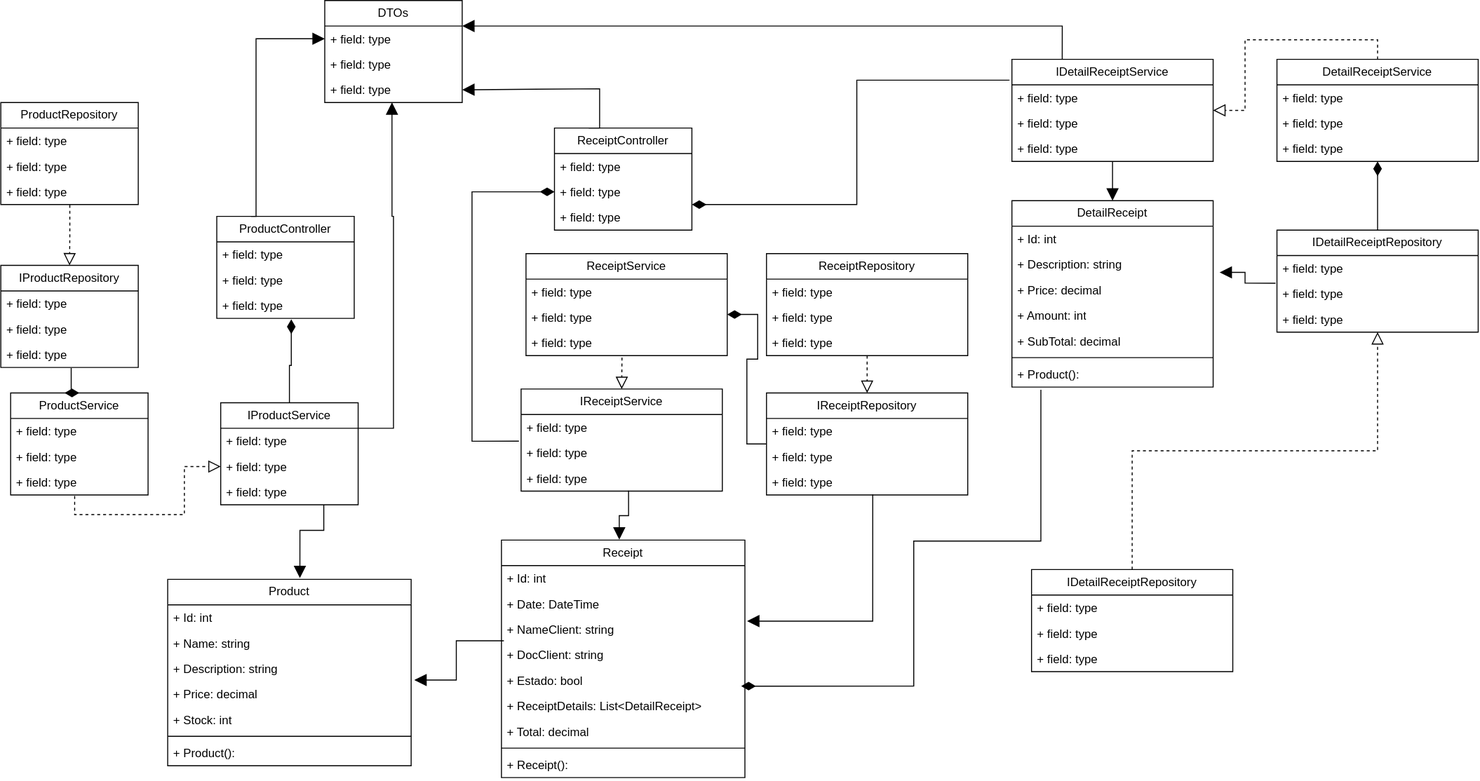
The draw.io diagram apistore.svg in AlejoR147/ApiStore, before a commit. Source tidied: cells renumbered, new cells last; positions are measured from the earlier drawing's top-left corner, leaving out a move shared by most shapes.
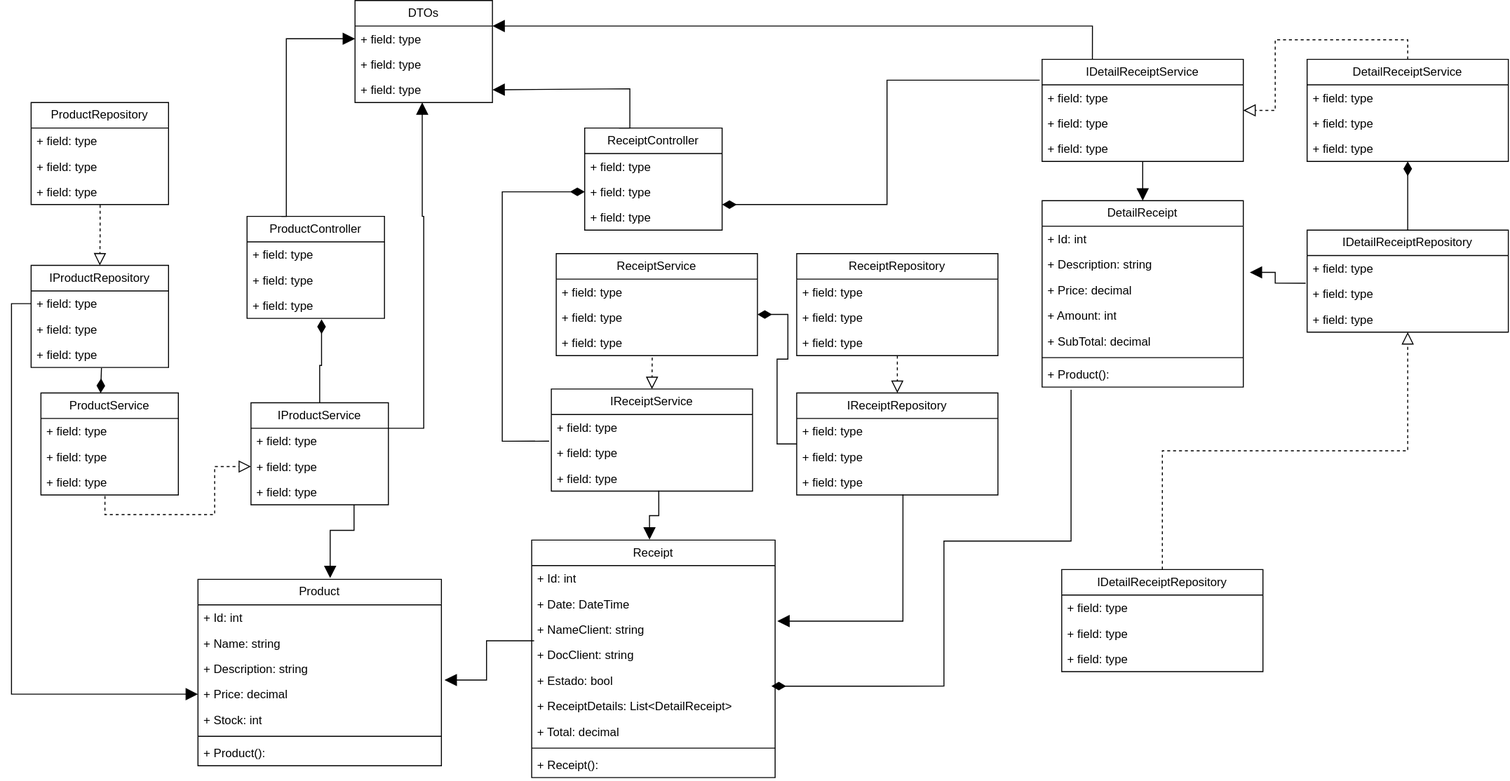
The same file after the commit.

What changed in the source:
```diff
@@ -202,7 +202,7 @@
     <mxCell id="67" value="+&amp;nbsp;&lt;span style=&quot;text-align: center;&quot;&gt;Product&lt;/span&gt;&lt;span style=&quot;text-align: center;&quot;&gt;():&lt;/span&gt;" style="text;strokeColor=none;fillColor=none;align=left;verticalAlign=top;spacingLeft=4;spacingRight=4;overflow=hidden;whiteSpace=wrap;html=1;" parent="60" vertex="1">
       <mxGeometry y="164" width="248" height="26" as="geometry" />
     </mxCell>
-    <mxCell id="68" style="edgeStyle=orthogonalEdgeStyle;rounded=0;jettySize=auto;html=1;entryX=0.512;entryY=1.025;entryDx=0;entryDy=0;defaultLabelBackgroundColor=page;startArrow=diamondThin;startFill=1;endArrow=none;endFill=0;startSize=12;entryPerimeter=0;exitX=0.5;exitY=0;exitDx=0;exitDy=0;" parent="1" edge="1" source="7" target="22">
+    <mxCell id="68" style="edgeStyle=orthogonalEdgeStyle;rounded=0;jettySize=auto;html=1;entryX=0.512;entryY=1.025;entryDx=0;entryDy=0;defaultLabelBackgroundColor=page;startArrow=diamondThin;startFill=1;endArrow=none;endFill=0;startSize=12;entryPerimeter=0;exitX=0.434;exitY=0.001;exitDx=0;exitDy=0;exitPerimeter=0;" parent="1" edge="1" source="7" target="22">
       <mxGeometry x="-0.03" relative="1" as="geometry" />
     </mxCell>
     <mxCell id="69" style="edgeStyle=orthogonalEdgeStyle;rounded=0;jettySize=auto;html=1;entryX=0.543;entryY=-0.007;entryDx=0;entryDy=0;entryPerimeter=0;defaultLabelBackgroundColor=page;endArrow=block;endFill=1;strokeWidth=1;endSize=10;exitX=0.75;exitY=1;exitDx=0;exitDy=0;" parent="1" edge="1" source="15" target="60">
@@ -363,5 +363,8 @@
         </Array>
       </mxGeometry>
     </mxCell>
+    <mxCell id="111" style="edgeStyle=orthogonalEdgeStyle;rounded=0;jettySize=auto;html=1;entryX=0;entryY=0.5;entryDx=0;entryDy=0;defaultLabelBackgroundColor=page;endArrow=block;endFill=1;strokeWidth=1;endSize=10;exitX=0;exitY=0.5;exitDx=0;exitDy=0;" parent="1" edge="1" source="20" target="64">
+      <mxGeometry x="-0.28" relative="1" as="geometry" />
+    </mxCell>
   </root>
 </mxGraphModel>
```
